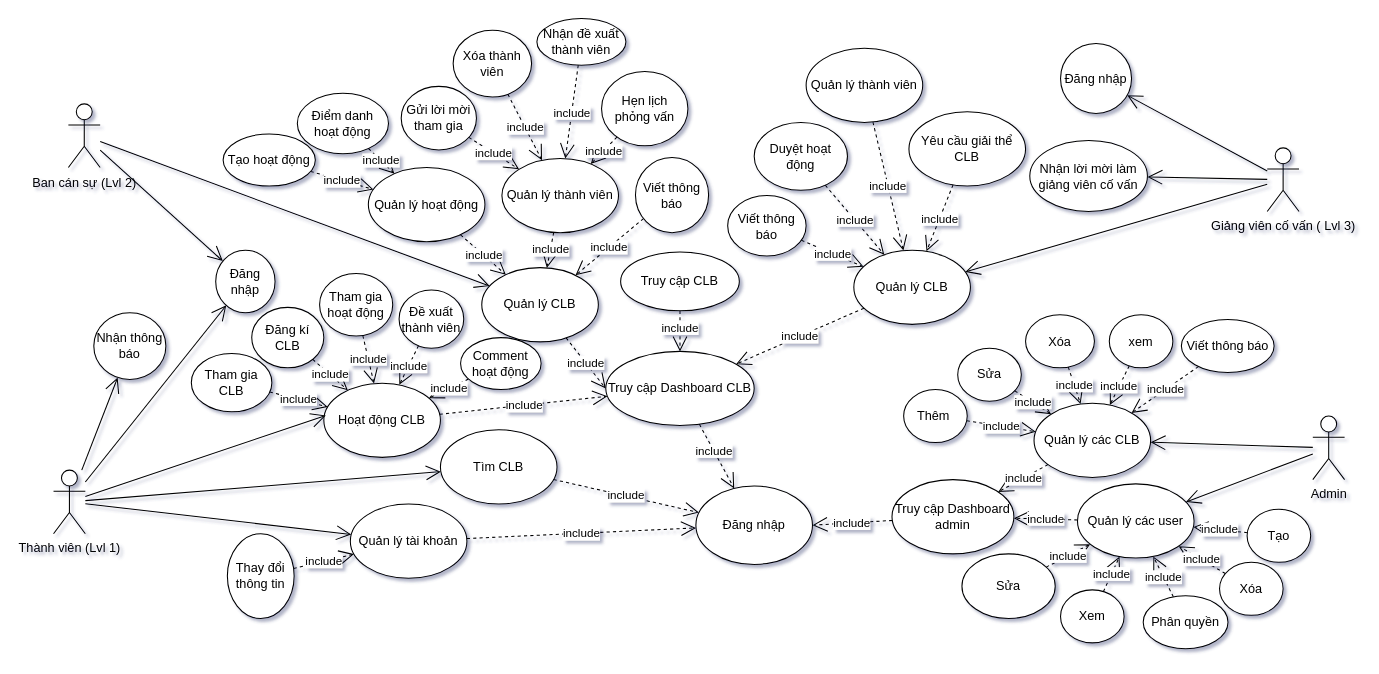
ZanhhTrann/finall_project- keeps this draw.io diagram as page "usecase" (1 of 9) of diagram.drawio. Above is the earlier version. Source tidied: cells renumbered, new cells numbered last; positions are measured from the earlier drawing's top-left corner, leaving out a move shared by most shapes. Both pictures are drawn from the tidied source at 106%, with x=0, y=0 at pixel (53, 18).
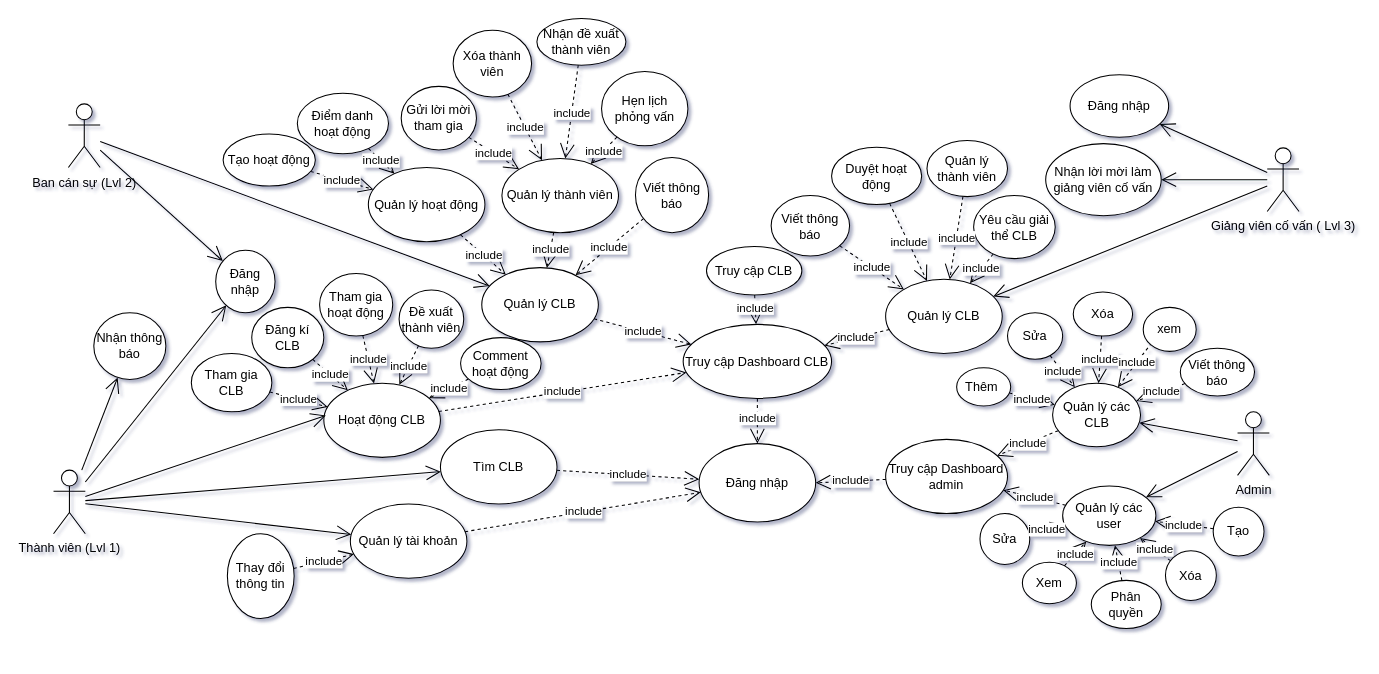
The same page after the edit.

The change refers to these unchanged cells:
```xml
<mxCell id="56" value="Quản lý CLB" style="ellipse;whiteSpace=wrap;html=1;" parent="1" vertex="1">
  <mxGeometry x="404" y="235" width="110" height="70" as="geometry" />
</mxCell>
```

The edit, as a diff of the source:
```diff
@@
     <mxCell id="5" value="Admin" style="shape=umlActor;verticalLabelPosition=bottom;verticalAlign=top;html=1;outlineConnect=0;" parent="1" vertex="1">
-      <mxGeometry x="1188" y="375" width="30" height="60" as="geometry" />
+      <mxGeometry x="1117" y="371" width="30" height="60" as="geometry" />
     </mxCell>
@@
     <mxCell id="10" value="Đăng nhập" style="ellipse;whiteSpace=wrap;html=1;" parent="1" vertex="1">
-      <mxGeometry x="606" y="441" width="110" height="74" as="geometry" />
+      <mxGeometry x="609" y="401" width="110" height="74" as="geometry" />
     </mxCell>
     <mxCell id="11" value="Quản lý các CLB" style="ellipse;whiteSpace=wrap;html=1;" parent="1" vertex="1">
-      <mxGeometry x="925" y="363" width="110" height="70" as="geometry" />
+      <mxGeometry x="942.5" y="344" width="83" height="60" as="geometry" />
     </mxCell>
     <mxCell id="12" value="Thêm&amp;nbsp;" style="ellipse;whiteSpace=wrap;html=1;" parent="1" vertex="1">
-      <mxGeometry x="802" y="350" width="60" height="50" as="geometry" />
+      <mxGeometry x="852" y="329.5" width="51" height="36" as="geometry" />
     </mxCell>
     <mxCell id="13" value="Sửa" style="ellipse;whiteSpace=wrap;html=1;" parent="1" vertex="1">
-      <mxGeometry x="853" y="311" width="60" height="50" as="geometry" />
+      <mxGeometry x="900" y="277.5" width="52" height="44" as="geometry" />
     </mxCell>
     <mxCell id="14" value="Xóa" style="ellipse;whiteSpace=wrap;html=1;" parent="1" vertex="1">
-      <mxGeometry x="917" y="279.5" width="65" height="50" as="geometry" />
+      <mxGeometry x="962" y="258" width="56" height="41.5" as="geometry" />
     </mxCell>
@@
     <mxCell id="18" value="Quản lý các user" style="ellipse;whiteSpace=wrap;html=1;" parent="1" vertex="1">
-      <mxGeometry x="966" y="439" width="110" height="70" as="geometry" />
+      <mxGeometry x="952" y="441" width="88" height="56" as="geometry" />
     </mxCell>
     <mxCell id="19" value="Xem" style="ellipse;whiteSpace=wrap;html=1;" parent="1" vertex="1">
-      <mxGeometry x="950" y="539" width="60" height="50" as="geometry" />
+      <mxGeometry x="914" y="513" width="51" height="39" as="geometry" />
     </mxCell>
     <mxCell id="20" value="Phân quyền" style="ellipse;whiteSpace=wrap;html=1;" parent="1" vertex="1">
-      <mxGeometry x="1028" y="544.5" width="80" height="50" as="geometry" />
+      <mxGeometry x="979" y="530" width="66" height="45.5" as="geometry" />
     </mxCell>
     <mxCell id="21" value="Sửa" style="ellipse;whiteSpace=wrap;html=1;" parent="1" vertex="1">
-      <mxGeometry x="857" y="505" width="88" height="61" as="geometry" />
+      <mxGeometry x="874" y="467" width="47" height="48" as="geometry" />
     </mxCell>
-    <mxCell id="22" value="xem" style="ellipse;whiteSpace=wrap;html=1;" parent="1" vertex="1">
-      <mxGeometry x="996" y="279.5" width="60" height="50" as="geometry" />
-    </mxCell>
-    <mxCell id="23" value="include" style="endArrow=open;endSize=12;dashed=1;html=1;rounded=0;" parent="1" edge="1" source="22" target="11">
-      <mxGeometry relative="1" as="geometry" />
+    <mxCell id="23" value="include" style="endArrow=open;endSize=12;dashed=1;html=1;rounded=0;" parent="1" edge="1" target="11">
+      <mxGeometry relative="1" as="geometry">
+        <mxPoint x="1039.7" y="301.1" as="sourcePoint" />
+      </mxGeometry>
     </mxCell>
@@
     <mxCell id="27" value="Viết thông báo" style="ellipse;whiteSpace=wrap;html=1;" parent="1" vertex="1">
-      <mxGeometry x="1064" y="284" width="87.5" height="50" as="geometry" />
+      <mxGeometry x="1063" y="311" width="70" height="45" as="geometry" />
     </mxCell>
@@
     <mxCell id="31" value="Xóa" style="ellipse;whiteSpace=wrap;html=1;" parent="1" vertex="1">
-      <mxGeometry x="1100" y="513" width="60" height="50" as="geometry" />
+      <mxGeometry x="1049" y="502" width="48" height="47" as="geometry" />
     </mxCell>
@@
     <mxCell id="41" value="Quản lý thành viên" style="ellipse;whiteSpace=wrap;html=1;" parent="1" vertex="1">
-      <mxGeometry x="710" y="28" width="110" height="70" as="geometry" />
+      <mxGeometry x="824" y="115" width="76" height="53" as="geometry" />
     </mxCell>
     <mxCell id="42" value="Yêu cầu giải thể CLB" style="ellipse;whiteSpace=wrap;html=1;" parent="1" vertex="1">
-      <mxGeometry x="807" y="88" width="110" height="70" as="geometry" />
+      <mxGeometry x="868" y="167" width="77" height="59.5" as="geometry" />
     </mxCell>
@@
     <mxCell id="44" value="Quản lý CLB" style="ellipse;whiteSpace=wrap;html=1;" parent="1" vertex="1">
-      <mxGeometry x="755" y="218.5" width="110" height="70" as="geometry" />
+      <mxGeometry x="785" y="246" width="110" height="70" as="geometry" />
     </mxCell>
@@
     <mxCell id="46" value="Nhận lời mời làm giảng viên cố vấn" style="ellipse;whiteSpace=wrap;html=1;" parent="1" vertex="1">
-      <mxGeometry x="921" y="115" width="111" height="67" as="geometry" />
+      <mxGeometry x="936" y="118" width="109" height="68" as="geometry" />
     </mxCell>
@@
-    <mxCell id="58" value="include" style="endArrow=open;endSize=12;dashed=1;html=1;rounded=0;entryX=0;entryY=0.5;entryDx=0;entryDy=0;" parent="1" edge="1" source="56" target="85">
+    <mxCell id="58" value="include" style="endArrow=open;endSize=12;dashed=1;html=1;rounded=0;" parent="1" edge="1" source="56" target="85">
       <mxGeometry relative="1" as="geometry" />
     </mxCell>
@@
     <mxCell id="79" value="Đăng nhập" style="ellipse;whiteSpace=wrap;html=1;" parent="1" vertex="1">
-      <mxGeometry x="950" y="23.5" width="67" height="66" as="geometry" />
+      <mxGeometry x="959" y="53" width="93" height="59" as="geometry" />
     </mxCell>
@@
     <mxCell id="81" value="Viết thông báo" style="ellipse;whiteSpace=wrap;html=1;" parent="1" vertex="1">
-      <mxGeometry x="636" y="167" width="74" height="57" as="geometry" />
+      <mxGeometry x="677" y="167" width="74" height="57" as="geometry" />
     </mxCell>
@@
     <mxCell id="85" value="Truy cập Dashboard CLB" style="ellipse;whiteSpace=wrap;html=1;" parent="1" vertex="1">
-      <mxGeometry x="521" y="314" width="140" height="70" as="geometry" />
+      <mxGeometry x="594" y="288.5" width="140" height="70" as="geometry" />
     </mxCell>
     <mxCell id="86" value="Truy cập CLB" style="ellipse;whiteSpace=wrap;html=1;" parent="1" vertex="1">
-      <mxGeometry x="535" y="220.2" width="112" height="55.5" as="geometry" />
+      <mxGeometry x="616" y="215" width="90" height="45.8" as="geometry" />
     </mxCell>
@@
     <mxCell id="90" value="Tạo" style="ellipse;whiteSpace=wrap;html=1;" parent="1" vertex="1">
-      <mxGeometry x="1126" y="463" width="60" height="50" as="geometry" />
+      <mxGeometry x="1094" y="461" width="48" height="46" as="geometry" />
     </mxCell>
@@
     <mxCell id="92" value="Truy cập Dashboard admin" style="ellipse;whiteSpace=wrap;html=1;" parent="1" vertex="1">
-      <mxGeometry x="791" y="435" width="115" height="70" as="geometry" />
+      <mxGeometry x="785" y="397" width="115" height="70" as="geometry" />
     </mxCell>
@@
     <mxCell id="100" value="Duyệt hoạt động" style="ellipse;whiteSpace=wrap;html=1;" parent="1" vertex="1">
-      <mxGeometry x="661" y="98" width="88" height="64" as="geometry" />
+      <mxGeometry x="734" y="121.5" width="85" height="54" as="geometry" />
     </mxCell>
+    <mxCell id="22" value="xem" style="ellipse;whiteSpace=wrap;html=1;" parent="1" vertex="1">
+      <mxGeometry x="1028" y="272.5" width="50" height="41.5" as="geometry" />
+    </mxCell>
```
